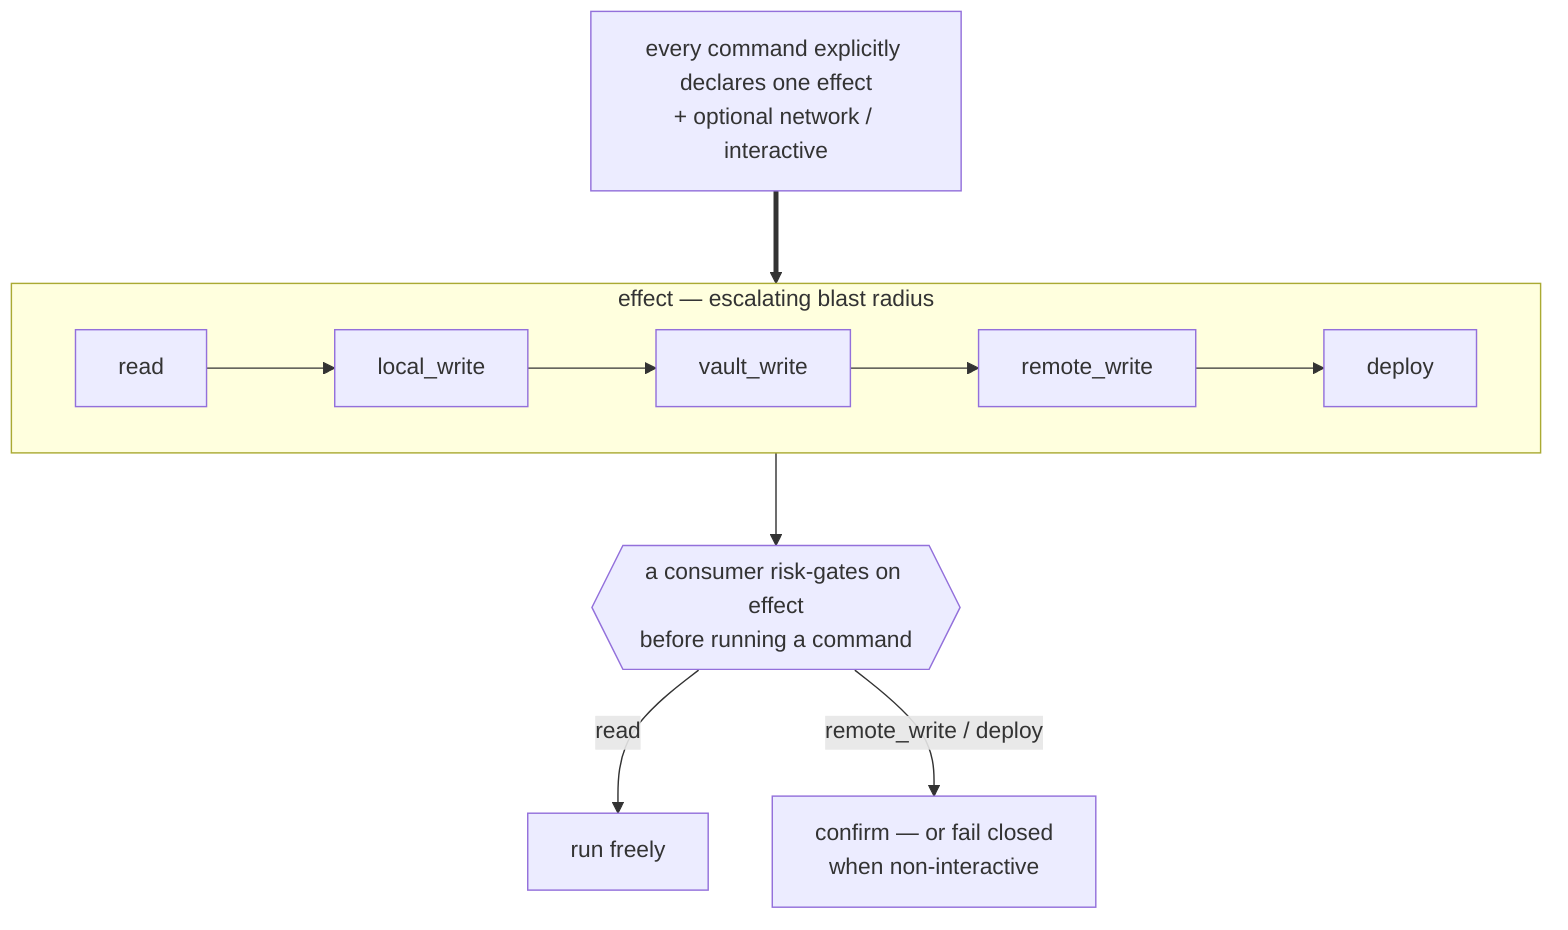
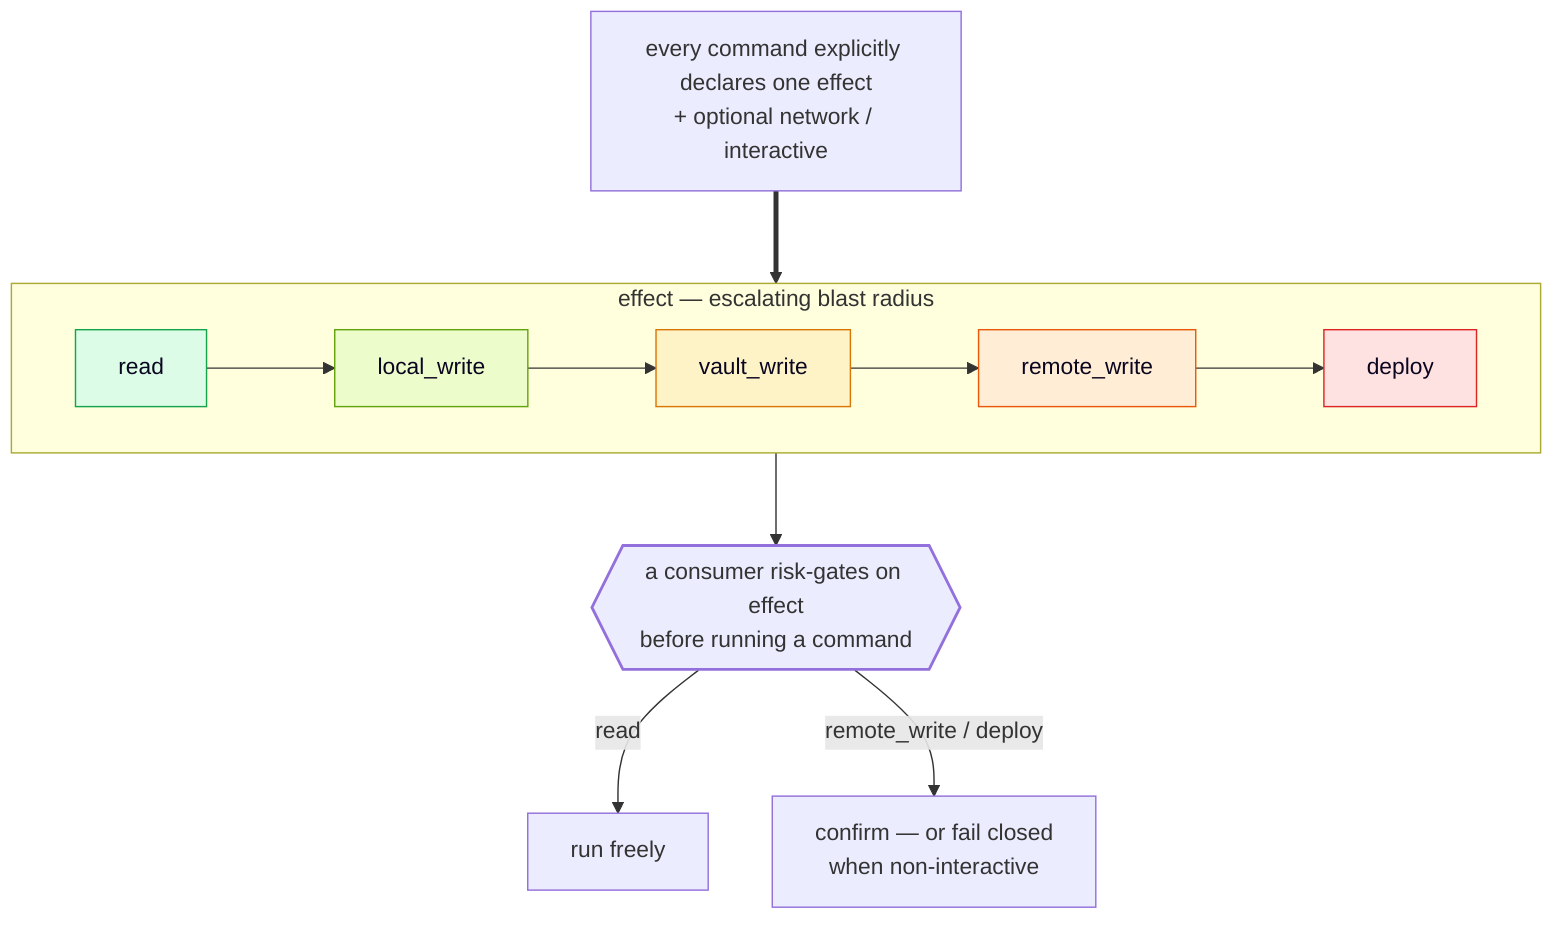
%%{init: {'flowchart': {'rankSpacing': 65, 'nodeSpacing': 45}}}%%
flowchart TB
    decl["every command explicitly declares one effect<br/>+ optional network / interactive"]

    subgraph ladder["effect — escalating blast radius"]
        direction LR
        r["read"] --> lw["local_write"] --> vw["vault_write"] --> rw["remote_write"] --> dep["deploy"]
    end
    decl ==> ladder

    gate{{"a consumer risk-gates on effect<br/>before running a command"}}
    ladder --> gate
    gate -->|"read"| run["run freely"]
    gate -->|"remote_write / deploy"| confirm["confirm — or fail closed<br/>when non-interactive"]
+ 
+     %% semantic heat ramp: cool (safe) → hot (irreversible). The one diagram where hue = meaning.
+     classDef e_read fill:#DCFCE7,stroke:#16A34A,color:#0b0620;
+     classDef e_lw   fill:#ECFCCB,stroke:#65A30D,color:#0b0620;
+     classDef e_vw   fill:#FEF3C7,stroke:#D97706,color:#0b0620;
+     classDef e_rw   fill:#FFEDD5,stroke:#EA580C,color:#0b0620;
+     classDef e_dep  fill:#FEE2E2,stroke:#DC2626,color:#0b0620;
+     class r e_read;
+     class lw e_lw;
+     class vw e_vw;
+     class rw e_rw;
+     class dep e_dep;
+ 
+     %% the decision pivot — styled by .anchor in the shared theme
+     classDef anchor stroke-width:2px;
+     class gate anchor;
